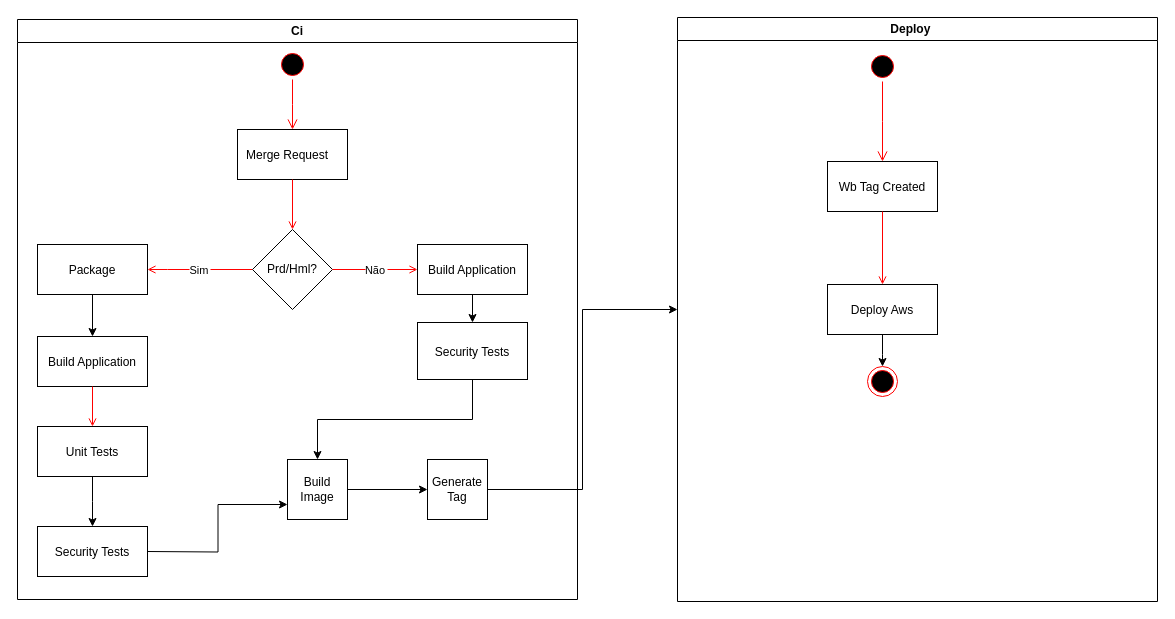
This is Diagrama sem nome.drawio from marski10/Projects-Marksi, a draw.io file, before an edit. Source tidied: cells renumbered, new cells numbered last; positions are measured from the earlier drawing's top-left corner, leaving out a move shared by most shapes. Both pictures are drawn from the tidied source at 100%, with x=0, y=0 at pixel (17, 17).
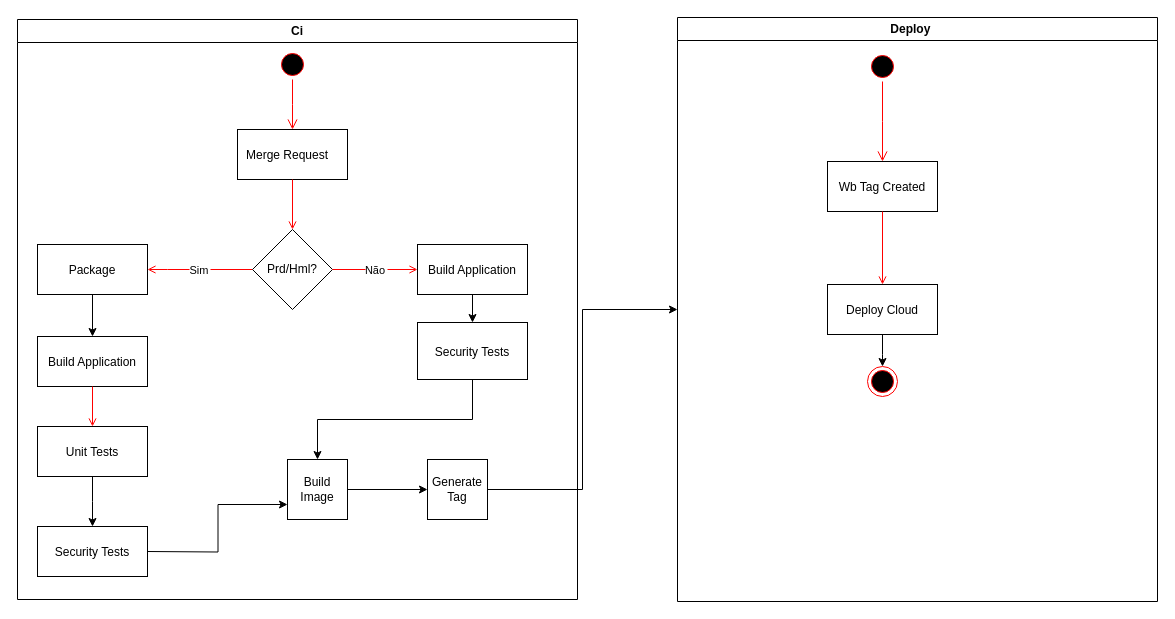
The same page after the edit.

The change refers to these unchanged cells:
```xml
<mxCell id="25" value="Deploy    " style="swimlane;whiteSpace=wrap;" parent="1" vertex="1">
  <mxGeometry x="660" width="480" height="584" as="geometry" />
</mxCell>
```

Diff of the diagram source:
```diff
@@
-    <mxCell id="30" value="Deploy Aws" parent="25" vertex="1">
+    <mxCell id="30" value="Deploy Cloud" parent="25" vertex="1">
       <mxGeometry x="150" y="267" width="110" height="50" as="geometry" />
     </mxCell>
```
